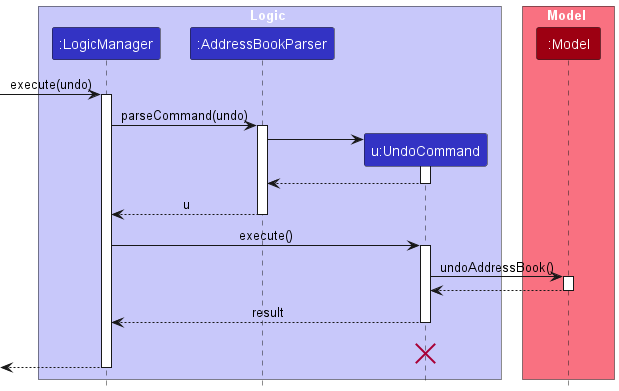
Earlier version of the PlantUML export docs/images/UndoSequenceDiagram-Logic.png (nus-cs2103-AY2425S1/tp).
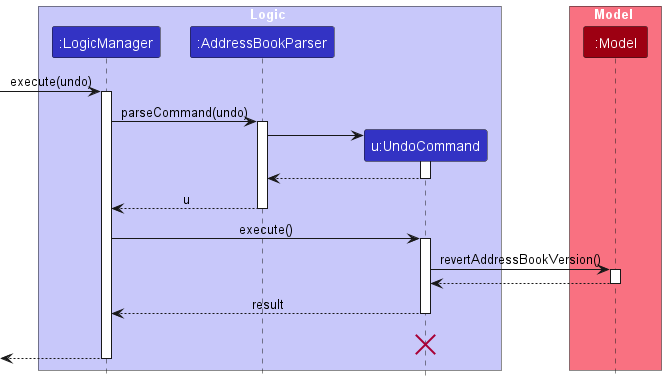
Above is the later version.

Commit message:
Update diagrams for undo function

Change to the diagram source:
```diff
@@ -30,7 +30,7 @@
 LogicManager -> UndoCommand : execute()
 activate UndoCommand
 
-UndoCommand -> Model : undoAddressBook()
+UndoCommand -> Model : revertAddressBookVersion()
 activate Model
 
 Model --> UndoCommand
```
